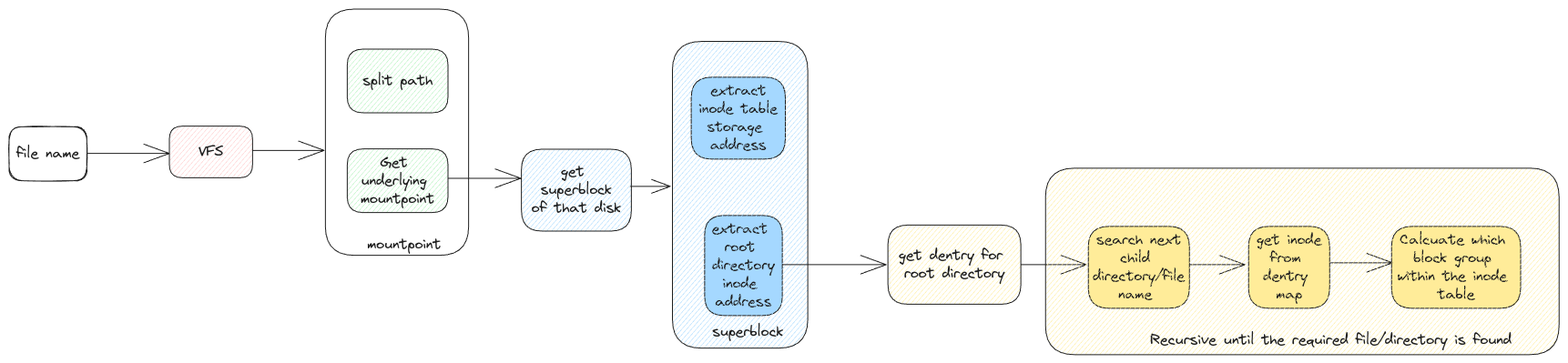
This is static/img/file-finding-process.excalidraw.png from swaroopar/inprogress-engineer, a Excalidraw export, as it was before one commit. Source tidied: one line per element, renumbered; positions are measured from the earlier drawing's top-left corner, leaving out a move shared by most shapes. The source it was exported from:
```json
{"id": 0, "type": "rectangle", "strokeColor": "#1e1e1e", "strokeWidth": 1, "roughness": 1, "round": true, "x": 0, "y": 129, "width": 85, "height": 59}
{"id": 1, "type": "text", "text": "file name", "strokeColor": "#1e1e1e", "strokeWidth": 1, "roughness": 1, "fontSize": 16, "fontFamily": 1, "textAlign": "center", "verticalAlign": "middle", "inside": 0, "x": 8, "y": 149, "width": 69, "height": 20}
{"id": 2, "type": "arrow", "strokeColor": "#1e1e1e", "strokeWidth": 1, "roughness": 0, "endArrowhead": "arrow", "round": true, "x": 85, "y": 159, "width": 91, "height": 0, "points": [[0, 0], [91, 0]]}
{"id": 3, "type": "rectangle", "strokeColor": "#1e1e1e", "backgroundColor": "#ffc9c9", "fillStyle": "hachure", "strokeWidth": 1, "roughness": 0, "round": true, "x": 176, "y": 129, "width": 91, "height": 57}
{"id": 4, "type": "text", "text": "VFS", "strokeColor": "#1e1e1e", "strokeWidth": 1, "roughness": 0, "fontSize": 16, "fontFamily": 1, "textAlign": "center", "verticalAlign": "middle", "inside": 3, "x": 208, "y": 147, "width": 27, "height": 20}
{"id": 5, "type": "arrow", "strokeColor": "#1e1e1e", "strokeWidth": 1, "roughness": 0, "endArrowhead": "arrow", "round": true, "x": 268, "y": 155, "width": 78, "height": 0, "points": [[0, 0], [78, 0]]}
{"id": 6, "type": "rectangle", "strokeColor": "#1e1e1e", "backgroundColor": "#b2f2bb", "fillStyle": "hachure", "strokeWidth": 1, "roughness": 0, "round": true, "x": 371, "y": 44, "width": 111, "height": 70}
{"id": 7, "type": "text", "text": "split path", "strokeColor": "#1e1e1e", "strokeWidth": 1, "roughness": 0, "fontSize": 16, "fontFamily": 1, "textAlign": "center", "verticalAlign": "middle", "inside": 6, "x": 388, "y": 69, "width": 77, "height": 20}
{"id": 8, "type": "rectangle", "strokeColor": "#1e1e1e", "backgroundColor": "#b2f2bb", "fillStyle": "hachure", "strokeWidth": 1, "roughness": 0, "round": true, "x": 371, "y": 154, "width": 111, "height": 70}
{"id": 9, "type": "text", "text": "Get \nunderlying \nmountpoint", "strokeColor": "#1e1e1e", "strokeWidth": 1, "roughness": 0, "fontSize": 16, "fontFamily": 1, "textAlign": "center", "verticalAlign": "middle", "inside": 8, "x": 386, "y": 159, "width": 81, "height": 60}
{"id": 10, "type": "rectangle", "strokeColor": "#1e1e1e", "strokeWidth": 1, "roughness": 0, "round": true, "x": 347, "y": 0, "width": 157, "height": 271}
{"id": 11, "type": "arrow", "strokeColor": "#1e1e1e", "strokeWidth": 1, "roughness": 0, "endArrowhead": "arrow", "round": true, "to": 12, "x": 483, "y": 186, "width": 79, "height": 0, "points": [[0, 0], [79, 0]]}
{"id": 12, "type": "rectangle", "strokeColor": "#1e1e1e", "backgroundColor": "#a5d8ff", "fillStyle": "hachure", "strokeWidth": 1, "roughness": 0, "round": true, "x": 563, "y": 154, "width": 121, "height": 90}
{"id": 13, "type": "text", "text": "get \nsuperblock\nof that disk", "strokeColor": "#1e1e1e", "strokeWidth": 1, "roughness": 0, "fontSize": 16, "fontFamily": 1, "textAlign": "center", "verticalAlign": "middle", "inside": 12, "x": 574, "y": 169, "width": 98, "height": 60}
{"id": 14, "type": "rectangle", "strokeColor": "#1e1e1e", "backgroundColor": "#a5d8ff", "fillStyle": "solid", "strokeWidth": 1, "roughness": 0, "round": true, "x": 749, "y": 75, "width": 103, "height": 90}
{"id": 15, "type": "text", "text": "extract\ninode table\nstorage \naddress", "strokeColor": "#1e1e1e", "strokeWidth": 1, "roughness": 0, "fontSize": 16, "fontFamily": 1, "textAlign": "center", "verticalAlign": "middle", "inside": 14, "x": 758, "y": 80, "width": 86, "height": 80}
{"id": 16, "type": "rectangle", "strokeColor": "#1e1e1e", "backgroundColor": "#a5d8ff", "fillStyle": "solid", "strokeWidth": 1, "roughness": 0, "round": true, "x": 764, "y": 227, "width": 85, "height": 110}
{"id": 17, "type": "text", "text": "extract \nroot \ndirectory\ninode \naddress", "strokeColor": "#1e1e1e", "strokeWidth": 1, "roughness": 0, "fontSize": 16, "fontFamily": 1, "textAlign": "center", "verticalAlign": "middle", "inside": 16, "x": 772, "y": 232, "width": 69, "height": 100}
{"id": 18, "type": "rectangle", "strokeColor": "#1e1e1e", "backgroundColor": "#a5d8ff", "fillStyle": "hachure", "strokeWidth": 1, "roughness": 0, "round": true, "x": 728, "y": 36, "width": 149, "height": 337}
{"id": 19, "type": "arrow", "strokeColor": "#1e1e1e", "strokeWidth": 1, "roughness": 0, "endArrowhead": "arrow", "round": true, "x": 849, "y": 281, "width": 114, "height": 0, "points": [[0, 0], [114, 0]]}
{"id": 20, "type": "rectangle", "strokeColor": "#1e1e1e", "backgroundColor": "#ffec99", "fillStyle": "solid", "strokeWidth": 1, "roughness": 0, "round": true, "x": 1518, "y": 239, "width": 142, "height": 90}
{"id": 21, "type": "text", "text": "Calcuate which \nblock group \nwithin the inode \ntable", "strokeColor": "#1e1e1e", "strokeWidth": 1, "roughness": 0, "fontSize": 16, "fontFamily": 1, "textAlign": "center", "verticalAlign": "middle", "inside": 20, "x": 1525, "y": 244, "width": 129, "height": 80}
{"id": 22, "type": "rectangle", "strokeColor": "#1e1e1e", "backgroundColor": "#ffec99", "fillStyle": "hachure", "strokeWidth": 1, "roughness": 0, "round": true, "x": 965, "y": 237, "width": 146, "height": 87}
{"id": 23, "type": "text", "text": "get dentry for \nroot directory", "strokeColor": "#1e1e1e", "strokeWidth": 1, "roughness": 0, "fontSize": 16, "fontFamily": 1, "textAlign": "center", "verticalAlign": "middle", "inside": 22, "x": 977, "y": 261, "width": 122, "height": 40}
{"id": 24, "type": "arrow", "strokeColor": "#1e1e1e", "strokeWidth": 1, "roughness": 0, "endArrowhead": "arrow", "round": true, "x": 1111, "y": 281, "width": 72, "height": 0, "points": [[0, 0], [72, 0]]}
{"id": 25, "type": "rectangle", "strokeColor": "#1e1e1e", "backgroundColor": "#ffec99", "fillStyle": "solid", "strokeWidth": 1, "roughness": 0, "round": true, "x": 1185, "y": 239, "width": 111, "height": 90}
{"id": 26, "type": "text", "text": "search next\nchild \ndirectory/file\nname ", "strokeColor": "#1e1e1e", "strokeWidth": 1, "roughness": 0, "fontSize": 16, "fontFamily": 1, "textAlign": "center", "verticalAlign": "middle", "inside": 25, "x": 1190, "y": 244, "width": 101, "height": 80}
{"id": 27, "type": "arrow", "strokeColor": "#1e1e1e", "backgroundColor": "#ffec99", "fillStyle": "solid", "strokeWidth": 1, "roughness": 0, "endArrowhead": "arrow", "round": true, "x": 1296, "y": 281, "width": 61, "height": 0, "points": [[0, 0], [61, 0]]}
{"id": 28, "type": "rectangle", "strokeColor": "#1e1e1e", "backgroundColor": "#ffec99", "fillStyle": "solid", "strokeWidth": 1, "roughness": 0, "round": true, "x": 1361, "y": 239, "width": 89, "height": 90}
{"id": 29, "type": "text", "text": "get inode\nfrom \ndentry \nmap", "strokeColor": "#1e1e1e", "strokeWidth": 1, "roughness": 0, "fontSize": 16, "fontFamily": 1, "textAlign": "center", "verticalAlign": "middle", "inside": 28, "x": 1370, "y": 244, "width": 72, "height": 80}
{"id": 30, "type": "arrow", "strokeColor": "#1e1e1e", "backgroundColor": "#ffec99", "fillStyle": "solid", "strokeWidth": 1, "roughness": 0, "endArrowhead": "arrow", "round": true, "x": 1451, "y": 279, "width": 68, "height": 0, "points": [[0, 0], [68, 0]]}
{"id": 31, "type": "rectangle", "strokeColor": "#1e1e1e", "backgroundColor": "#ffec99", "fillStyle": "hachure", "strokeWidth": 1, "roughness": 0, "round": true, "x": 1138, "y": 175, "width": 564, "height": 205}
{"id": 32, "type": "text", "text": "Recursive until the required file/directory is found", "strokeColor": "#1e1e1e", "strokeWidth": 1, "roughness": 0, "fontSize": 16, "fontFamily": 1, "x": 1253, "y": 354, "width": 397, "height": 20}
{"id": 33, "type": "text", "text": "mountpoint", "strokeColor": "#1e1e1e", "strokeWidth": 1, "roughness": 0, "fontSize": 16, "fontFamily": 1, "x": 393, "y": 249, "width": 81, "height": 20}
{"id": 34, "type": "text", "text": "superblock", "strokeColor": "#1e1e1e", "strokeWidth": 1, "roughness": 0, "fontSize": 16, "fontFamily": 1, "x": 772, "y": 345, "width": 78, "height": 20}
{"id": 35, "type": "arrow", "strokeColor": "#1e1e1e", "backgroundColor": "#a5d8ff", "fillStyle": "solid", "strokeWidth": 1, "roughness": 0, "endArrowhead": "arrow", "round": true, "x": 682, "y": 195, "width": 44, "height": 0, "points": [[0, 0], [44, 0]]}
```
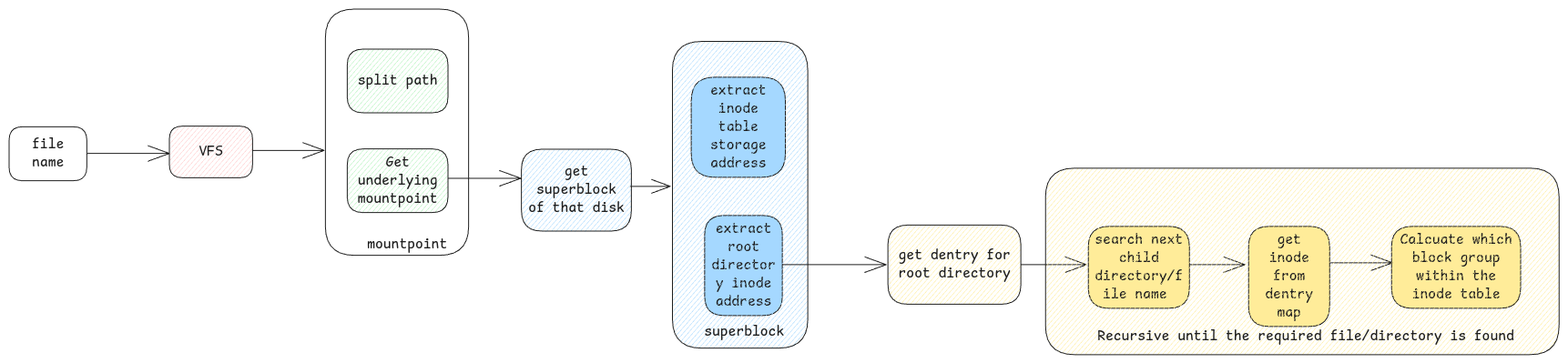
After the commit.

Change to the diagram source:
```diff
@@ -1,36 +1,36 @@
-{"id": 0, "type": "rectangle", "strokeColor": "#1e1e1e", "strokeWidth": 1, "roughness": 1, "round": true, "x": 0, "y": 129, "width": 85, "height": 59}
+{"id": 0, "type": "rectangle", "strokeColor": "#1e1e1e", "strokeWidth": 1, "roughness": 0, "round": true, "x": 0, "y": 129, "width": 85, "height": 59}
-{"id": 1, "type": "text", "text": "file name", "strokeColor": "#1e1e1e", "strokeWidth": 1, "roughness": 1, "fontSize": 16, "fontFamily": 1, "textAlign": "center", "verticalAlign": "middle", "inside": 0, "x": 8, "y": 149, "width": 69, "height": 20}
+{"id": 1, "type": "text", "text": "file\nname", "strokeColor": "#1e1e1e", "strokeWidth": 1, "roughness": 1, "fontSize": 16, "fontFamily": 8, "textAlign": "center", "verticalAlign": "middle", "inside": 0, "x": 25, "y": 139, "width": 35, "height": 40}
 {"id": 2, "type": "arrow", "strokeColor": "#1e1e1e", "strokeWidth": 1, "roughness": 0, "endArrowhead": "arrow", "round": true, "x": 85, "y": 159, "width": 91, "height": 0, "points": [[0, 0], [91, 0]]}
 {"id": 3, "type": "rectangle", "strokeColor": "#1e1e1e", "backgroundColor": "#ffc9c9", "fillStyle": "hachure", "strokeWidth": 1, "roughness": 0, "round": true, "x": 176, "y": 129, "width": 91, "height": 57}
-{"id": 4, "type": "text", "text": "VFS", "strokeColor": "#1e1e1e", "strokeWidth": 1, "roughness": 0, "fontSize": 16, "fontFamily": 1, "textAlign": "center", "verticalAlign": "middle", "inside": 3, "x": 208, "y": 147, "width": 27, "height": 20}
+{"id": 4, "type": "text", "text": "VFS", "strokeColor": "#1e1e1e", "strokeWidth": 1, "roughness": 0, "fontSize": 16, "fontFamily": 8, "textAlign": "center", "verticalAlign": "middle", "inside": 3, "x": 208, "y": 147, "width": 26, "height": 20}
 {"id": 5, "type": "arrow", "strokeColor": "#1e1e1e", "strokeWidth": 1, "roughness": 0, "endArrowhead": "arrow", "round": true, "x": 268, "y": 155, "width": 78, "height": 0, "points": [[0, 0], [78, 0]]}
 {"id": 6, "type": "rectangle", "strokeColor": "#1e1e1e", "backgroundColor": "#b2f2bb", "fillStyle": "hachure", "strokeWidth": 1, "roughness": 0, "round": true, "x": 371, "y": 44, "width": 111, "height": 70}
-{"id": 7, "type": "text", "text": "split path", "strokeColor": "#1e1e1e", "strokeWidth": 1, "roughness": 0, "fontSize": 16, "fontFamily": 1, "textAlign": "center", "verticalAlign": "middle", "inside": 6, "x": 388, "y": 69, "width": 77, "height": 20}
+{"id": 7, "type": "text", "text": "split path", "strokeColor": "#1e1e1e", "strokeWidth": 1, "roughness": 0, "fontSize": 16, "fontFamily": 8, "textAlign": "center", "verticalAlign": "middle", "inside": 6, "x": 383, "y": 69, "width": 88, "height": 20}
 {"id": 8, "type": "rectangle", "strokeColor": "#1e1e1e", "backgroundColor": "#b2f2bb", "fillStyle": "hachure", "strokeWidth": 1, "roughness": 0, "round": true, "x": 371, "y": 154, "width": 111, "height": 70}
-{"id": 9, "type": "text", "text": "Get \nunderlying \nmountpoint", "strokeColor": "#1e1e1e", "strokeWidth": 1, "roughness": 0, "fontSize": 16, "fontFamily": 1, "textAlign": "center", "verticalAlign": "middle", "inside": 8, "x": 386, "y": 159, "width": 81, "height": 60}
+{"id": 9, "type": "text", "text": "Get\nunderlying\nmountpoint", "strokeColor": "#1e1e1e", "strokeWidth": 1, "roughness": 0, "fontSize": 16, "fontFamily": 8, "textAlign": "center", "verticalAlign": "middle", "inside": 8, "x": 383, "y": 159, "width": 88, "height": 60}
 {"id": 10, "type": "rectangle", "strokeColor": "#1e1e1e", "strokeWidth": 1, "roughness": 0, "round": true, "x": 347, "y": 0, "width": 157, "height": 271}
 {"id": 11, "type": "arrow", "strokeColor": "#1e1e1e", "strokeWidth": 1, "roughness": 0, "endArrowhead": "arrow", "round": true, "to": 12, "x": 483, "y": 186, "width": 79, "height": 0, "points": [[0, 0], [79, 0]]}
 {"id": 12, "type": "rectangle", "strokeColor": "#1e1e1e", "backgroundColor": "#a5d8ff", "fillStyle": "hachure", "strokeWidth": 1, "roughness": 0, "round": true, "x": 563, "y": 154, "width": 121, "height": 90}
-{"id": 13, "type": "text", "text": "get \nsuperblock\nof that disk", "strokeColor": "#1e1e1e", "strokeWidth": 1, "roughness": 0, "fontSize": 16, "fontFamily": 1, "textAlign": "center", "verticalAlign": "middle", "inside": 12, "x": 574, "y": 169, "width": 98, "height": 60}
+{"id": 13, "type": "text", "text": "get\nsuperblock\nof that disk", "strokeColor": "#1e1e1e", "strokeWidth": 1, "roughness": 0, "fontSize": 16, "fontFamily": 8, "textAlign": "center", "verticalAlign": "middle", "inside": 12, "x": 570, "y": 169, "width": 106, "height": 60}
-{"id": 14, "type": "rectangle", "strokeColor": "#1e1e1e", "backgroundColor": "#a5d8ff", "fillStyle": "solid", "strokeWidth": 1, "roughness": 0, "round": true, "x": 749, "y": 75, "width": 103, "height": 90}
+{"id": 14, "type": "rectangle", "strokeColor": "#1e1e1e", "backgroundColor": "#a5d8ff", "fillStyle": "solid", "strokeWidth": 1, "roughness": 0, "round": true, "x": 749, "y": 75, "width": 103, "height": 110}
-{"id": 15, "type": "text", "text": "extract\ninode table\nstorage \naddress", "strokeColor": "#1e1e1e", "strokeWidth": 1, "roughness": 0, "fontSize": 16, "fontFamily": 1, "textAlign": "center", "verticalAlign": "middle", "inside": 14, "x": 758, "y": 80, "width": 86, "height": 80}
+{"id": 15, "type": "text", "text": "extract\ninode\ntable\nstorage\naddress", "strokeColor": "#1e1e1e", "strokeWidth": 1, "roughness": 0, "fontSize": 16, "fontFamily": 8, "textAlign": "center", "verticalAlign": "middle", "inside": 14, "x": 770, "y": 80, "width": 62, "height": 100}
 {"id": 16, "type": "rectangle", "strokeColor": "#1e1e1e", "backgroundColor": "#a5d8ff", "fillStyle": "solid", "strokeWidth": 1, "roughness": 0, "round": true, "x": 764, "y": 227, "width": 85, "height": 110}
-{"id": 17, "type": "text", "text": "extract \nroot \ndirectory\ninode \naddress", "strokeColor": "#1e1e1e", "strokeWidth": 1, "roughness": 0, "fontSize": 16, "fontFamily": 1, "textAlign": "center", "verticalAlign": "middle", "inside": 16, "x": 772, "y": 232, "width": 69, "height": 100}
+{"id": 17, "type": "text", "text": "extract\nroot\ndirector\ny inode\naddress", "strokeColor": "#1e1e1e", "strokeWidth": 1, "roughness": 0, "fontSize": 16, "fontFamily": 8, "textAlign": "center", "verticalAlign": "middle", "inside": 16, "x": 771, "y": 232, "width": 70, "height": 100}
 {"id": 18, "type": "rectangle", "strokeColor": "#1e1e1e", "backgroundColor": "#a5d8ff", "fillStyle": "hachure", "strokeWidth": 1, "roughness": 0, "round": true, "x": 728, "y": 36, "width": 149, "height": 337}
 {"id": 19, "type": "arrow", "strokeColor": "#1e1e1e", "strokeWidth": 1, "roughness": 0, "endArrowhead": "arrow", "round": true, "x": 849, "y": 281, "width": 114, "height": 0, "points": [[0, 0], [114, 0]]}
 {"id": 20, "type": "rectangle", "strokeColor": "#1e1e1e", "backgroundColor": "#ffec99", "fillStyle": "solid", "strokeWidth": 1, "roughness": 0, "round": true, "x": 1518, "y": 239, "width": 142, "height": 90}
-{"id": 21, "type": "text", "text": "Calcuate which \nblock group \nwithin the inode \ntable", "strokeColor": "#1e1e1e", "strokeWidth": 1, "roughness": 0, "fontSize": 16, "fontFamily": 1, "textAlign": "center", "verticalAlign": "middle", "inside": 20, "x": 1525, "y": 244, "width": 129, "height": 80}
+{"id": 21, "type": "text", "text": "Calcuate which\nblock group\nwithin the\ninode table", "strokeColor": "#1e1e1e", "strokeWidth": 1, "roughness": 0, "fontSize": 16, "fontFamily": 8, "textAlign": "center", "verticalAlign": "middle", "inside": 20, "x": 1527, "y": 244, "width": 123, "height": 80}
 {"id": 22, "type": "rectangle", "strokeColor": "#1e1e1e", "backgroundColor": "#ffec99", "fillStyle": "hachure", "strokeWidth": 1, "roughness": 0, "round": true, "x": 965, "y": 237, "width": 146, "height": 87}
-{"id": 23, "type": "text", "text": "get dentry for \nroot directory", "strokeColor": "#1e1e1e", "strokeWidth": 1, "roughness": 0, "fontSize": 16, "fontFamily": 1, "textAlign": "center", "verticalAlign": "middle", "inside": 22, "x": 977, "y": 261, "width": 122, "height": 40}
+{"id": 23, "type": "text", "text": "get dentry for\nroot directory", "strokeColor": "#1e1e1e", "strokeWidth": 1, "roughness": 0, "fontSize": 16, "fontFamily": 8, "textAlign": "center", "verticalAlign": "middle", "inside": 22, "x": 977, "y": 261, "width": 123, "height": 40}
 {"id": 24, "type": "arrow", "strokeColor": "#1e1e1e", "strokeWidth": 1, "roughness": 0, "endArrowhead": "arrow", "round": true, "x": 1111, "y": 281, "width": 72, "height": 0, "points": [[0, 0], [72, 0]]}
 {"id": 25, "type": "rectangle", "strokeColor": "#1e1e1e", "backgroundColor": "#ffec99", "fillStyle": "solid", "strokeWidth": 1, "roughness": 0, "round": true, "x": 1185, "y": 239, "width": 111, "height": 90}
-{"id": 26, "type": "text", "text": "search next\nchild \ndirectory/file\nname ", "strokeColor": "#1e1e1e", "strokeWidth": 1, "roughness": 0, "fontSize": 16, "fontFamily": 1, "textAlign": "center", "verticalAlign": "middle", "inside": 25, "x": 1190, "y": 244, "width": 101, "height": 80}
+{"id": 26, "type": "text", "text": "search next\nchild\ndirectory/f\nile name ", "strokeColor": "#1e1e1e", "strokeWidth": 1, "roughness": 0, "fontSize": 16, "fontFamily": 8, "textAlign": "center", "verticalAlign": "middle", "inside": 25, "x": 1192, "y": 244, "width": 97, "height": 80}
 {"id": 27, "type": "arrow", "strokeColor": "#1e1e1e", "backgroundColor": "#ffec99", "fillStyle": "solid", "strokeWidth": 1, "roughness": 0, "endArrowhead": "arrow", "round": true, "x": 1296, "y": 281, "width": 61, "height": 0, "points": [[0, 0], [61, 0]]}
-{"id": 28, "type": "rectangle", "strokeColor": "#1e1e1e", "backgroundColor": "#ffec99", "fillStyle": "solid", "strokeWidth": 1, "roughness": 0, "round": true, "x": 1361, "y": 239, "width": 89, "height": 90}
+{"id": 28, "type": "rectangle", "strokeColor": "#1e1e1e", "backgroundColor": "#ffec99", "fillStyle": "solid", "strokeWidth": 1, "roughness": 0, "round": true, "x": 1361, "y": 239, "width": 89, "height": 110}
-{"id": 29, "type": "text", "text": "get inode\nfrom \ndentry \nmap", "strokeColor": "#1e1e1e", "strokeWidth": 1, "roughness": 0, "fontSize": 16, "fontFamily": 1, "textAlign": "center", "verticalAlign": "middle", "inside": 28, "x": 1370, "y": 244, "width": 72, "height": 80}
+{"id": 29, "type": "text", "text": "get\ninode\nfrom\ndentry\nmap", "strokeColor": "#1e1e1e", "strokeWidth": 1, "roughness": 0, "fontSize": 16, "fontFamily": 8, "textAlign": "center", "verticalAlign": "middle", "inside": 28, "x": 1379, "y": 244, "width": 53, "height": 100}
 {"id": 30, "type": "arrow", "strokeColor": "#1e1e1e", "backgroundColor": "#ffec99", "fillStyle": "solid", "strokeWidth": 1, "roughness": 0, "endArrowhead": "arrow", "round": true, "x": 1451, "y": 279, "width": 68, "height": 0, "points": [[0, 0], [68, 0]]}
 {"id": 31, "type": "rectangle", "strokeColor": "#1e1e1e", "backgroundColor": "#ffec99", "fillStyle": "hachure", "strokeWidth": 1, "roughness": 0, "round": true, "x": 1138, "y": 175, "width": 564, "height": 205}
-{"id": 32, "type": "text", "text": "Recursive until the required file/directory is found", "strokeColor": "#1e1e1e", "strokeWidth": 1, "roughness": 0, "fontSize": 16, "fontFamily": 1, "x": 1253, "y": 354, "width": 397, "height": 20}
+{"id": 32, "type": "text", "text": "Recursive until the required file/directory is found", "strokeColor": "#1e1e1e", "strokeWidth": 1, "roughness": 0, "fontSize": 16, "fontFamily": 8, "x": 1195, "y": 350, "width": 458, "height": 20}
-{"id": 33, "type": "text", "text": "mountpoint", "strokeColor": "#1e1e1e", "strokeWidth": 1, "roughness": 0, "fontSize": 16, "fontFamily": 1, "x": 393, "y": 249, "width": 81, "height": 20}
+{"id": 33, "type": "text", "text": "mountpoint", "strokeColor": "#1e1e1e", "strokeWidth": 1, "roughness": 0, "fontSize": 16, "fontFamily": 8, "x": 393, "y": 249, "width": 88, "height": 20}
-{"id": 34, "type": "text", "text": "superblock", "strokeColor": "#1e1e1e", "strokeWidth": 1, "roughness": 0, "fontSize": 16, "fontFamily": 1, "x": 772, "y": 345, "width": 78, "height": 20}
+{"id": 34, "type": "text", "text": "superblock", "strokeColor": "#1e1e1e", "strokeWidth": 1, "roughness": 0, "fontSize": 16, "fontFamily": 8, "x": 763, "y": 345, "width": 88, "height": 20}
 {"id": 35, "type": "arrow", "strokeColor": "#1e1e1e", "backgroundColor": "#a5d8ff", "fillStyle": "solid", "strokeWidth": 1, "roughness": 0, "endArrowhead": "arrow", "round": true, "x": 682, "y": 195, "width": 44, "height": 0, "points": [[0, 0], [44, 0]]}
```
